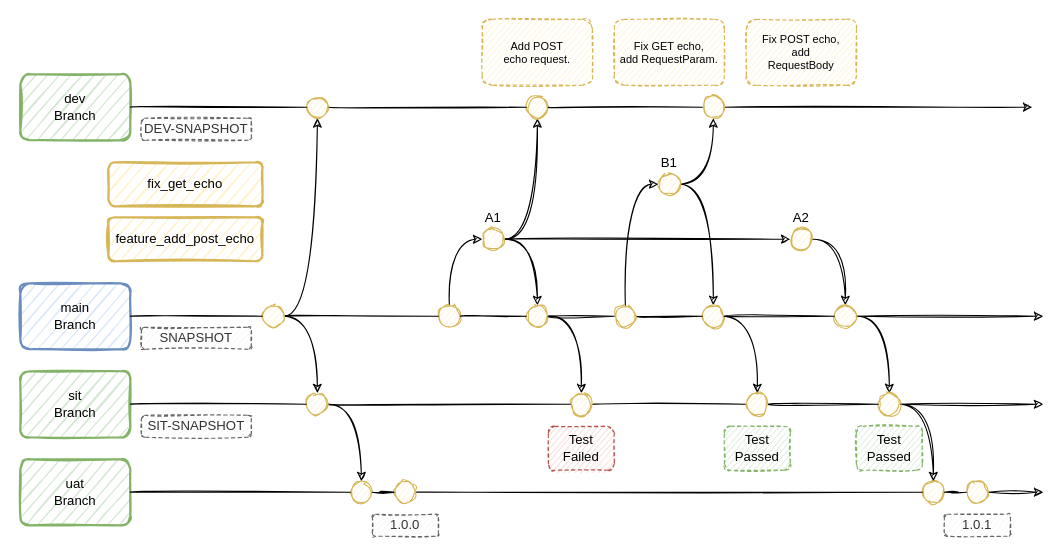
Above: page "03-Release Sample" (3 of 7) of gitlab-flow.drawio in andylke/docs-gitlab-flow (draw.io), before the change. Source tidied: cells renumbered, new cells numbered last; positions are measured from the earlier drawing's top-left corner, leaving out a move shared by most shapes. Both pictures are drawn from the tidied source at 110%, with x=0, y=0 at pixel (20, 19).
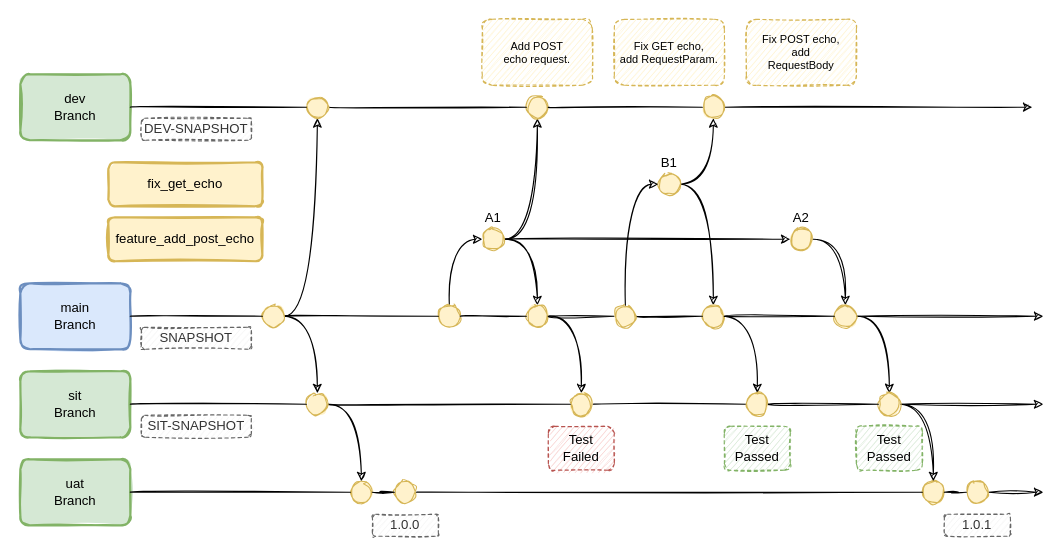
The same page after the edit.

The edit, as a diff of the source:
```diff
@@
-    <mxCell id="3" value="uat&lt;br&gt;Branch" style="rounded=1;whiteSpace=wrap;html=1;sketch=1;fontSize=12;strokeColor=#82b366;strokeWidth=2;fillColor=#d5e8d4;" parent="1" vertex="1">
+    <mxCell id="3" value="uat&lt;br&gt;Branch" style="rounded=1;whiteSpace=wrap;html=1;sketch=1;fontSize=12;strokeColor=#82b366;strokeWidth=2;fillColor=#d5e8d4;fillStyle=solid;" parent="1" vertex="1">
       <mxGeometry y="400" width="100" height="60" as="geometry" />
     </mxCell>
@@
-    <mxCell id="5" value="sit&lt;br&gt;Branch" style="rounded=1;whiteSpace=wrap;html=1;sketch=1;fontSize=12;strokeColor=#82b366;strokeWidth=2;fillColor=#d5e8d4;" parent="1" vertex="1">
+    <mxCell id="5" value="sit&lt;br&gt;Branch" style="rounded=1;whiteSpace=wrap;html=1;sketch=1;fontSize=12;strokeColor=#82b366;strokeWidth=2;fillColor=#d5e8d4;fillStyle=solid;" parent="1" vertex="1">
       <mxGeometry y="320" width="100" height="60" as="geometry" />
     </mxCell>
-    <mxCell id="6" value="main&lt;br&gt;Branch" style="rounded=1;whiteSpace=wrap;html=1;sketch=1;fontSize=12;strokeColor=#6c8ebf;strokeWidth=2;fillColor=#dae8fc;" parent="1" vertex="1">
+    <mxCell id="6" value="main&lt;br&gt;Branch" style="rounded=1;whiteSpace=wrap;html=1;sketch=1;fontSize=12;strokeColor=#6c8ebf;strokeWidth=2;fillColor=#dae8fc;fillStyle=solid;" parent="1" vertex="1">
       <mxGeometry y="240" width="100" height="60" as="geometry" />
     </mxCell>
@@
-    <mxCell id="8" value="dev&lt;br&gt;Branch" style="rounded=1;whiteSpace=wrap;html=1;sketch=1;fontSize=12;strokeColor=#82b366;strokeWidth=2;fillColor=#d5e8d4;" parent="1" vertex="1">
+    <mxCell id="8" value="dev&lt;br&gt;Branch" style="rounded=1;whiteSpace=wrap;html=1;sketch=1;fontSize=12;strokeColor=#82b366;strokeWidth=2;fillColor=#d5e8d4;fillStyle=solid;" parent="1" vertex="1">
       <mxGeometry y="50" width="100" height="60" as="geometry" />
     </mxCell>
@@
-    <mxCell id="10" style="ellipse;whiteSpace=wrap;html=1;sketch=1;fillColor=#fff2cc;strokeColor=#d6b656;" parent="1" vertex="1">
+    <mxCell id="10" style="ellipse;whiteSpace=wrap;html=1;sketch=1;fillColor=#fff2cc;strokeColor=#d6b656;fillStyle=solid;" parent="1" vertex="1">
       <mxGeometry x="380" y="260" width="20" height="20" as="geometry" />
     </mxCell>
@@
-    <mxCell id="14" style="ellipse;whiteSpace=wrap;html=1;sketch=1;fillColor=#fff2cc;strokeColor=#d6b656;" parent="1" vertex="1">
+    <mxCell id="14" style="ellipse;whiteSpace=wrap;html=1;sketch=1;fillColor=#fff2cc;strokeColor=#d6b656;fillStyle=solid;" parent="1" vertex="1">
       <mxGeometry x="460" y="260" width="20" height="20" as="geometry" />
     </mxCell>
@@
-    <mxCell id="17" style="ellipse;whiteSpace=wrap;html=1;sketch=1;fillColor=#fff2cc;strokeColor=#d6b656;" parent="1" vertex="1">
+    <mxCell id="17" style="ellipse;whiteSpace=wrap;html=1;sketch=1;fillColor=#fff2cc;strokeColor=#d6b656;fillStyle=solid;" parent="1" vertex="1">
       <mxGeometry x="820" y="420" width="20" height="20" as="geometry" />
     </mxCell>
@@
-    <mxCell id="21" style="ellipse;whiteSpace=wrap;html=1;sketch=1;fillColor=#fff2cc;strokeColor=#d6b656;" parent="1" vertex="1">
+    <mxCell id="21" style="ellipse;whiteSpace=wrap;html=1;sketch=1;fillColor=#fff2cc;strokeColor=#d6b656;fillStyle=solid;" parent="1" vertex="1">
       <mxGeometry x="620" y="260" width="20" height="20" as="geometry" />
     </mxCell>
@@
-    <mxCell id="23" style="ellipse;whiteSpace=wrap;html=1;sketch=1;fillColor=#fff2cc;strokeColor=#d6b656;labelPosition=right;verticalLabelPosition=top;align=left;verticalAlign=bottom;" parent="1" vertex="1">
+    <mxCell id="23" style="ellipse;whiteSpace=wrap;html=1;sketch=1;fillColor=#fff2cc;strokeColor=#d6b656;labelPosition=right;verticalLabelPosition=top;align=left;verticalAlign=bottom;fillStyle=solid;" parent="1" vertex="1">
       <mxGeometry x="660" y="340" width="20" height="20" as="geometry" />
     </mxCell>
-    <mxCell id="24" value="fix_get_echo" style="rounded=1;whiteSpace=wrap;html=1;sketch=1;fontSize=12;strokeColor=#d6b656;strokeWidth=2;fillColor=#fff2cc;" parent="1" vertex="1">
+    <mxCell id="24" value="fix_get_echo" style="rounded=1;whiteSpace=wrap;html=1;sketch=1;fontSize=12;strokeColor=#d6b656;strokeWidth=2;fillColor=#fff2cc;fillStyle=solid;" parent="1" vertex="1">
       <mxGeometry x="80" y="130" width="140" height="40" as="geometry" />
     </mxCell>
-    <mxCell id="25" value="feature_add_post_echo" style="rounded=1;whiteSpace=wrap;html=1;sketch=1;fontSize=12;strokeColor=#d6b656;strokeWidth=2;fillColor=#fff2cc;" parent="1" vertex="1">
+    <mxCell id="25" value="feature_add_post_echo" style="rounded=1;whiteSpace=wrap;html=1;sketch=1;fontSize=12;strokeColor=#d6b656;strokeWidth=2;fillColor=#fff2cc;fillStyle=solid;" parent="1" vertex="1">
       <mxGeometry x="80" y="180" width="140" height="40" as="geometry" />
     </mxCell>
@@
-    <mxCell id="27" value="B1" style="ellipse;whiteSpace=wrap;html=1;labelPosition=center;verticalLabelPosition=top;align=center;verticalAlign=bottom;sketch=1;fillColor=#fff2cc;strokeColor=#d6b656;" parent="1" vertex="1">
+    <mxCell id="27" value="B1" style="ellipse;whiteSpace=wrap;html=1;labelPosition=center;verticalLabelPosition=top;align=center;verticalAlign=bottom;sketch=1;fillColor=#fff2cc;strokeColor=#d6b656;fillStyle=solid;" parent="1" vertex="1">
       <mxGeometry x="580" y="140" width="20" height="20" as="geometry" />
     </mxCell>
@@
-    <mxCell id="30" value="A1" style="ellipse;whiteSpace=wrap;html=1;labelPosition=center;verticalLabelPosition=top;align=center;verticalAlign=bottom;sketch=1;fillColor=#fff2cc;strokeColor=#d6b656;" parent="1" vertex="1">
+    <mxCell id="30" value="A1" style="ellipse;whiteSpace=wrap;html=1;labelPosition=center;verticalLabelPosition=top;align=center;verticalAlign=bottom;sketch=1;fillColor=#fff2cc;strokeColor=#d6b656;fillStyle=solid;" parent="1" vertex="1">
       <mxGeometry x="420" y="190" width="20" height="20" as="geometry" />
     </mxCell>
@@
-    <mxCell id="32" value="A2" style="ellipse;whiteSpace=wrap;html=1;labelPosition=center;verticalLabelPosition=top;align=center;verticalAlign=bottom;sketch=1;fillColor=#fff2cc;strokeColor=#d6b656;" parent="1" vertex="1">
+    <mxCell id="32" value="A2" style="ellipse;whiteSpace=wrap;html=1;labelPosition=center;verticalLabelPosition=top;align=center;verticalAlign=bottom;sketch=1;fillColor=#fff2cc;strokeColor=#d6b656;fillStyle=solid;" parent="1" vertex="1">
       <mxGeometry x="700" y="190" width="20" height="20" as="geometry" />
     </mxCell>
@@
-    <mxCell id="34" style="ellipse;whiteSpace=wrap;html=1;labelPosition=center;verticalLabelPosition=top;align=center;verticalAlign=bottom;sketch=1;fillColor=#fff2cc;strokeColor=#d6b656;" parent="1" vertex="1">
+    <mxCell id="34" style="ellipse;whiteSpace=wrap;html=1;labelPosition=center;verticalLabelPosition=top;align=center;verticalAlign=bottom;sketch=1;fillColor=#fff2cc;strokeColor=#d6b656;fillStyle=solid;" parent="1" vertex="1">
       <mxGeometry x="740" y="260" width="20" height="20" as="geometry" />
     </mxCell>
@@
-    <mxCell id="37" style="ellipse;whiteSpace=wrap;html=1;labelPosition=right;verticalLabelPosition=top;align=left;verticalAlign=bottom;sketch=1;fillColor=#fff2cc;strokeColor=#d6b656;" parent="1" vertex="1">
+    <mxCell id="37" style="ellipse;whiteSpace=wrap;html=1;labelPosition=right;verticalLabelPosition=top;align=left;verticalAlign=bottom;sketch=1;fillColor=#fff2cc;strokeColor=#d6b656;fillStyle=solid;" parent="1" vertex="1">
       <mxGeometry x="780" y="340" width="20" height="20" as="geometry" />
     </mxCell>
@@
-    <mxCell id="39" style="ellipse;whiteSpace=wrap;html=1;labelPosition=right;verticalLabelPosition=top;align=left;verticalAlign=bottom;sketch=1;fillColor=#fff2cc;strokeColor=#d6b656;" parent="1" vertex="1">
+    <mxCell id="39" style="ellipse;whiteSpace=wrap;html=1;labelPosition=right;verticalLabelPosition=top;align=left;verticalAlign=bottom;sketch=1;fillColor=#fff2cc;strokeColor=#d6b656;fillStyle=solid;" parent="1" vertex="1">
       <mxGeometry x="500" y="340" width="20" height="20" as="geometry" />
     </mxCell>
@@
-    <mxCell id="49" style="ellipse;whiteSpace=wrap;html=1;sketch=1;fillColor=#fff2cc;strokeColor=#d6b656;" parent="1" vertex="1">
+    <mxCell id="49" style="ellipse;whiteSpace=wrap;html=1;sketch=1;fillColor=#fff2cc;strokeColor=#d6b656;fillStyle=solid;" parent="1" vertex="1">
       <mxGeometry x="540" y="260" width="20" height="20" as="geometry" />
     </mxCell>
@@
-    <mxCell id="51" style="ellipse;whiteSpace=wrap;html=1;sketch=1;fillColor=#fff2cc;strokeColor=#d6b656;" parent="1" vertex="1">
+    <mxCell id="51" style="ellipse;whiteSpace=wrap;html=1;sketch=1;fillColor=#fff2cc;strokeColor=#d6b656;fillStyle=solid;" parent="1" vertex="1">
       <mxGeometry x="460" y="70" width="20" height="20" as="geometry" />
     </mxCell>
@@
-    <mxCell id="53" style="ellipse;whiteSpace=wrap;html=1;sketch=1;fillColor=#fff2cc;strokeColor=#d6b656;" parent="1" vertex="1">
+    <mxCell id="53" style="ellipse;whiteSpace=wrap;html=1;sketch=1;fillColor=#fff2cc;strokeColor=#d6b656;fillStyle=solid;" parent="1" vertex="1">
       <mxGeometry x="620" y="70" width="20" height="20" as="geometry" />
     </mxCell>
@@
-    <mxCell id="55" style="ellipse;whiteSpace=wrap;html=1;sketch=1;fillColor=#fff2cc;strokeColor=#d6b656;" parent="1" vertex="1">
+    <mxCell id="55" style="ellipse;whiteSpace=wrap;html=1;sketch=1;fillColor=#fff2cc;strokeColor=#d6b656;fillStyle=solid;" parent="1" vertex="1">
       <mxGeometry x="860" y="420" width="20" height="20" as="geometry" />
     </mxCell>
@@
-    <mxCell id="57" style="ellipse;whiteSpace=wrap;html=1;sketch=1;fillColor=#fff2cc;strokeColor=#d6b656;" parent="1" vertex="1">
+    <mxCell id="57" style="ellipse;whiteSpace=wrap;html=1;sketch=1;fillColor=#fff2cc;strokeColor=#d6b656;fillStyle=solid;" parent="1" vertex="1">
       <mxGeometry x="300" y="420" width="20" height="20" as="geometry" />
     </mxCell>
@@
-    <mxCell id="60" style="ellipse;whiteSpace=wrap;html=1;sketch=1;fillColor=#fff2cc;strokeColor=#d6b656;" parent="1" vertex="1">
+    <mxCell id="60" style="ellipse;whiteSpace=wrap;html=1;sketch=1;fillColor=#fff2cc;strokeColor=#d6b656;fillStyle=solid;" parent="1" vertex="1">
       <mxGeometry x="260" y="340" width="20" height="20" as="geometry" />
     </mxCell>
@@
-    <mxCell id="64" style="ellipse;whiteSpace=wrap;html=1;sketch=1;fillColor=#fff2cc;strokeColor=#d6b656;" parent="1" vertex="1">
+    <mxCell id="64" style="ellipse;whiteSpace=wrap;html=1;sketch=1;fillColor=#fff2cc;strokeColor=#d6b656;fillStyle=solid;" parent="1" vertex="1">
       <mxGeometry x="220" y="260" width="20" height="20" as="geometry" />
     </mxCell>
@@
-    <mxCell id="66" style="ellipse;whiteSpace=wrap;html=1;sketch=1;fillColor=#fff2cc;strokeColor=#d6b656;" parent="1" vertex="1">
+    <mxCell id="66" style="ellipse;whiteSpace=wrap;html=1;sketch=1;fillColor=#fff2cc;strokeColor=#d6b656;fillStyle=solid;" parent="1" vertex="1">
       <mxGeometry x="340" y="420" width="20" height="20" as="geometry" />
     </mxCell>
@@
-    <mxCell id="74" style="ellipse;whiteSpace=wrap;html=1;sketch=1;fillColor=#fff2cc;strokeColor=#d6b656;" parent="1" vertex="1">
+    <mxCell id="74" style="ellipse;whiteSpace=wrap;html=1;sketch=1;fillColor=#fff2cc;strokeColor=#d6b656;fillStyle=solid;" parent="1" vertex="1">
       <mxGeometry x="260" y="70" width="20" height="20" as="geometry" />
     </mxCell>
```
